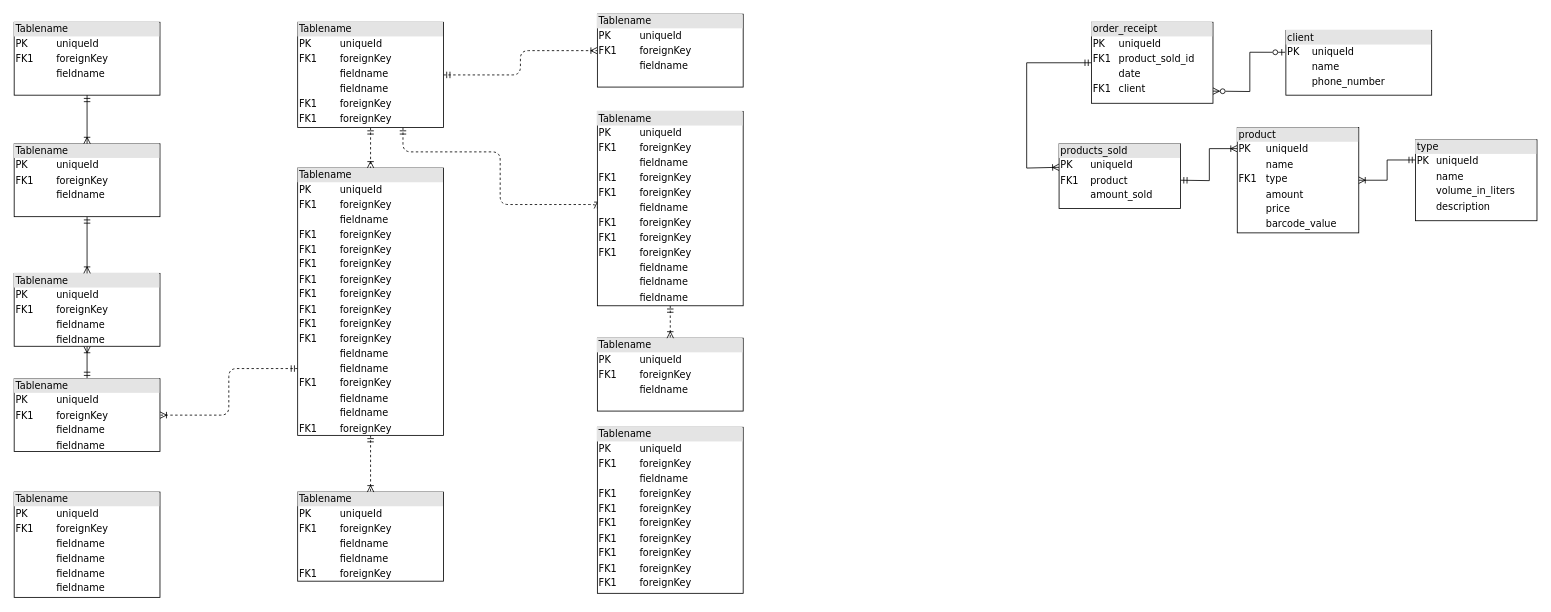
This is 1.2-RelationDBSchema/kurhan_rel.drawio from OP-NC-EduCentre/kurhan, a draw.io file, before an edit. Source tidied: cells renumbered, new cells numbered last; positions are measured from the earlier drawing's top-left corner, leaving out a move shared by most shapes. Both pictures are drawn from the tidied source at 81%, with x=0, y=0 at pixel (14, 14).
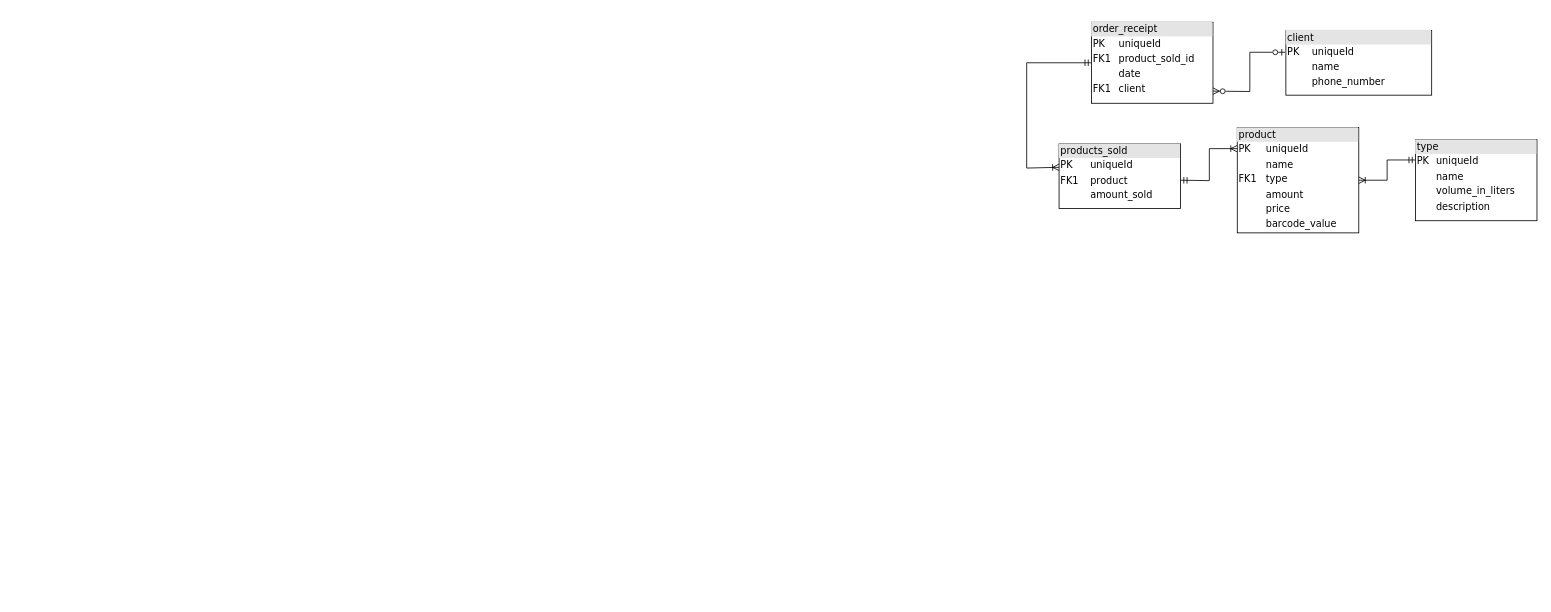
After the change.

What changed in the source:
```diff
@@
-    <mxCell id="2" value="&lt;div style=&quot;box-sizing:border-box;width:100%;background:#e4e4e4;padding:2px;&quot;&gt;Tablename&lt;/div&gt;&lt;table style=&quot;width:100%;font-size:1em;&quot; cellpadding=&quot;2&quot; cellspacing=&quot;0&quot;&gt;&lt;tr&gt;&lt;td&gt;PK&lt;/td&gt;&lt;td&gt;uniqueId&lt;/td&gt;&lt;/tr&gt;&lt;tr&gt;&lt;td&gt;FK1&lt;/td&gt;&lt;td&gt;foreignKey&lt;/td&gt;&lt;/tr&gt;&lt;tr&gt;&lt;td&gt;&lt;/td&gt;&lt;td&gt;fieldname&lt;/td&gt;&lt;/tr&gt;&lt;/table&gt;" style="verticalAlign=top;align=left;overflow=fill;html=1;rounded=0;shadow=0;comic=0;labelBackgroundColor=none;strokeWidth=1;fontFamily=Verdana;fontSize=12;" parent="1" vertex="1">
-      <mxGeometry y="10" width="180" height="90" as="geometry" />
-    </mxCell>
-    <mxCell id="3" style="edgeStyle=orthogonalEdgeStyle;html=1;entryX=0.5;entryY=0;dashed=1;labelBackgroundColor=none;startArrow=ERmandOne;endArrow=ERoneToMany;fontFamily=Verdana;fontSize=12;align=left;" parent="1" edge="1" source="6" target="16">
-      <mxGeometry relative="1" as="geometry" />
-    </mxCell>
-    <mxCell id="4" style="edgeStyle=orthogonalEdgeStyle;html=1;dashed=1;labelBackgroundColor=none;startArrow=ERmandOne;endArrow=ERoneToMany;fontFamily=Verdana;fontSize=12;align=left;entryX=0;entryY=0.5;" parent="1" edge="1" source="6" target="19">
-      <mxGeometry relative="1" as="geometry">
-        <Array as="points">
-          <mxPoint x="480" y="170" />
-          <mxPoint x="600" y="170" />
-          <mxPoint x="600" y="235" />
-        </Array>
-      </mxGeometry>
-    </mxCell>
-    <mxCell id="5" style="edgeStyle=orthogonalEdgeStyle;html=1;dashed=1;labelBackgroundColor=none;startArrow=ERmandOne;endArrow=ERoneToMany;fontFamily=Verdana;fontSize=12;align=left;" parent="1" edge="1" source="6" target="20">
-      <mxGeometry relative="1" as="geometry" />
-    </mxCell>
-    <mxCell id="6" value="&lt;div style=&quot;box-sizing: border-box ; width: 100% ; background: #e4e4e4 ; padding: 2px&quot;&gt;Tablename&lt;/div&gt;&lt;table style=&quot;width: 100% ; font-size: 1em&quot; cellpadding=&quot;2&quot; cellspacing=&quot;0&quot;&gt;&lt;tbody&gt;&lt;tr&gt;&lt;td&gt;PK&lt;/td&gt;&lt;td&gt;uniqueId&lt;/td&gt;&lt;/tr&gt;&lt;tr&gt;&lt;td&gt;FK1&lt;/td&gt;&lt;td&gt;foreignKey&lt;/td&gt;&lt;/tr&gt;&lt;tr&gt;&lt;td&gt;&lt;/td&gt;&lt;td&gt;fieldname&lt;/td&gt;&lt;/tr&gt;&lt;tr&gt;&lt;td&gt;&lt;br&gt;&lt;/td&gt;&lt;td&gt;fieldname&lt;br&gt;&lt;/td&gt;&lt;/tr&gt;&lt;tr&gt;&lt;td&gt;FK1&lt;br&gt;&lt;/td&gt;&lt;td&gt;foreignKey&lt;br&gt;&lt;/td&gt;&lt;/tr&gt;&lt;tr&gt;&lt;td&gt;FK1&lt;br&gt;&lt;/td&gt;&lt;td&gt;foreignKey&lt;br&gt;&lt;/td&gt;&lt;/tr&gt;&lt;/tbody&gt;&lt;/table&gt;" style="verticalAlign=top;align=left;overflow=fill;html=1;rounded=0;shadow=0;comic=0;labelBackgroundColor=none;strokeWidth=1;fontFamily=Verdana;fontSize=12;" parent="1" vertex="1">
-      <mxGeometry x="350" y="10" width="180" height="130" as="geometry" />
-    </mxCell>
-    <mxCell id="7" style="edgeStyle=orthogonalEdgeStyle;html=1;labelBackgroundColor=none;startArrow=ERmandOne;endArrow=ERoneToMany;fontFamily=Verdana;fontSize=12;align=left;" parent="1" edge="1" source="9" target="10">
-      <mxGeometry relative="1" as="geometry" />
-    </mxCell>
-    <mxCell id="8" style="edgeStyle=orthogonalEdgeStyle;html=1;exitX=0;exitY=0.75;entryX=1;entryY=0.5;dashed=1;labelBackgroundColor=none;startArrow=ERmandOne;endArrow=ERoneToMany;fontFamily=Verdana;fontSize=12;align=left;" parent="1" edge="1" source="16" target="9">
-      <mxGeometry relative="1" as="geometry" />
-    </mxCell>
-    <mxCell id="9" value="&lt;div style=&quot;box-sizing: border-box ; width: 100% ; background: #e4e4e4 ; padding: 2px&quot;&gt;Tablename&lt;/div&gt;&lt;table style=&quot;width: 100% ; font-size: 1em&quot; cellpadding=&quot;2&quot; cellspacing=&quot;0&quot;&gt;&lt;tbody&gt;&lt;tr&gt;&lt;td&gt;PK&lt;/td&gt;&lt;td&gt;uniqueId&lt;/td&gt;&lt;/tr&gt;&lt;tr&gt;&lt;td&gt;FK1&lt;/td&gt;&lt;td&gt;foreignKey&lt;/td&gt;&lt;/tr&gt;&lt;tr&gt;&lt;td&gt;&lt;/td&gt;&lt;td&gt;fieldname&lt;/td&gt;&lt;/tr&gt;&lt;tr&gt;&lt;td&gt;&lt;br&gt;&lt;/td&gt;&lt;td&gt;fieldname&lt;br&gt;&lt;/td&gt;&lt;/tr&gt;&lt;/tbody&gt;&lt;/table&gt;" style="verticalAlign=top;align=left;overflow=fill;html=1;rounded=0;shadow=0;comic=0;labelBackgroundColor=none;strokeWidth=1;fontFamily=Verdana;fontSize=12;" parent="1" vertex="1">
-      <mxGeometry y="450" width="180" height="90" as="geometry" />
-    </mxCell>
-    <mxCell id="10" value="&lt;div style=&quot;box-sizing: border-box ; width: 100% ; background: #e4e4e4 ; padding: 2px&quot;&gt;Tablename&lt;/div&gt;&lt;table style=&quot;width: 100% ; font-size: 1em&quot; cellpadding=&quot;2&quot; cellspacing=&quot;0&quot;&gt;&lt;tbody&gt;&lt;tr&gt;&lt;td&gt;PK&lt;/td&gt;&lt;td&gt;uniqueId&lt;/td&gt;&lt;/tr&gt;&lt;tr&gt;&lt;td&gt;FK1&lt;/td&gt;&lt;td&gt;foreignKey&lt;/td&gt;&lt;/tr&gt;&lt;tr&gt;&lt;td&gt;&lt;/td&gt;&lt;td&gt;fieldname&lt;/td&gt;&lt;/tr&gt;&lt;tr&gt;&lt;td&gt;&lt;br&gt;&lt;/td&gt;&lt;td&gt;fieldname&lt;br&gt;&lt;/td&gt;&lt;/tr&gt;&lt;/tbody&gt;&lt;/table&gt;" style="verticalAlign=top;align=left;overflow=fill;html=1;rounded=0;shadow=0;comic=0;labelBackgroundColor=none;strokeWidth=1;fontFamily=Verdana;fontSize=12;" parent="1" vertex="1">
-      <mxGeometry y="320" width="180" height="90" as="geometry" />
-    </mxCell>
-    <mxCell id="11" style="edgeStyle=orthogonalEdgeStyle;html=1;entryX=0.5;entryY=0;labelBackgroundColor=none;startArrow=ERmandOne;endArrow=ERoneToMany;fontFamily=Verdana;fontSize=12;align=left;" parent="1" edge="1" source="12" target="10">
-      <mxGeometry relative="1" as="geometry" />
-    </mxCell>
-    <mxCell id="12" value="&lt;div style=&quot;box-sizing:border-box;width:100%;background:#e4e4e4;padding:2px;&quot;&gt;Tablename&lt;/div&gt;&lt;table style=&quot;width:100%;font-size:1em;&quot; cellpadding=&quot;2&quot; cellspacing=&quot;0&quot;&gt;&lt;tr&gt;&lt;td&gt;PK&lt;/td&gt;&lt;td&gt;uniqueId&lt;/td&gt;&lt;/tr&gt;&lt;tr&gt;&lt;td&gt;FK1&lt;/td&gt;&lt;td&gt;foreignKey&lt;/td&gt;&lt;/tr&gt;&lt;tr&gt;&lt;td&gt;&lt;/td&gt;&lt;td&gt;fieldname&lt;/td&gt;&lt;/tr&gt;&lt;/table&gt;" style="verticalAlign=top;align=left;overflow=fill;html=1;rounded=0;shadow=0;comic=0;labelBackgroundColor=none;strokeWidth=1;fontFamily=Verdana;fontSize=12;" parent="1" vertex="1">
-      <mxGeometry y="160" width="180" height="90" as="geometry" />
-    </mxCell>
-    <mxCell id="13" value="&lt;div style=&quot;box-sizing: border-box ; width: 100% ; background: #e4e4e4 ; padding: 2px&quot;&gt;Tablename&lt;/div&gt;&lt;table style=&quot;width: 100% ; font-size: 1em&quot; cellpadding=&quot;2&quot; cellspacing=&quot;0&quot;&gt;&lt;tbody&gt;&lt;tr&gt;&lt;td&gt;PK&lt;/td&gt;&lt;td&gt;uniqueId&lt;/td&gt;&lt;/tr&gt;&lt;tr&gt;&lt;td&gt;FK1&lt;/td&gt;&lt;td&gt;foreignKey&lt;/td&gt;&lt;/tr&gt;&lt;tr&gt;&lt;td&gt;&lt;/td&gt;&lt;td&gt;fieldname&lt;/td&gt;&lt;/tr&gt;&lt;tr&gt;&lt;td&gt;FK1&lt;br&gt;&lt;/td&gt;&lt;td&gt;foreignKey&lt;br&gt;&lt;/td&gt;&lt;/tr&gt;&lt;tr&gt;&lt;td&gt;FK1&lt;br&gt;&lt;/td&gt;&lt;td&gt;foreignKey&lt;br&gt;&lt;/td&gt;&lt;/tr&gt;&lt;tr&gt;&lt;td&gt;FK1&lt;br&gt;&lt;/td&gt;&lt;td&gt;foreignKey&lt;br&gt;&lt;/td&gt;&lt;/tr&gt;&lt;tr&gt;&lt;td&gt;FK1&lt;br&gt;&lt;/td&gt;&lt;td&gt;foreignKey&lt;br&gt;&lt;/td&gt;&lt;/tr&gt;&lt;tr&gt;&lt;td&gt;FK1&lt;br&gt;&lt;/td&gt;&lt;td&gt;foreignKey&lt;br&gt;&lt;/td&gt;&lt;/tr&gt;&lt;tr&gt;&lt;td&gt;FK1&lt;br&gt;&lt;/td&gt;&lt;td&gt;foreignKey&lt;br&gt;&lt;/td&gt;&lt;/tr&gt;&lt;tr&gt;&lt;td&gt;FK1&lt;br&gt;&lt;/td&gt;&lt;td&gt;foreignKey&lt;br&gt;&lt;/td&gt;&lt;/tr&gt;&lt;/tbody&gt;&lt;/table&gt;" style="verticalAlign=top;align=left;overflow=fill;html=1;rounded=0;shadow=0;comic=0;labelBackgroundColor=none;strokeWidth=1;fontFamily=Verdana;fontSize=12;" parent="1" vertex="1">
-      <mxGeometry x="720" y="510" width="180" height="205" as="geometry" />
-    </mxCell>
-    <mxCell id="14" value="&lt;div style=&quot;box-sizing: border-box ; width: 100% ; background: #e4e4e4 ; padding: 2px&quot;&gt;Tablename&lt;/div&gt;&lt;table style=&quot;width: 100% ; font-size: 1em&quot; cellpadding=&quot;2&quot; cellspacing=&quot;0&quot;&gt;&lt;tbody&gt;&lt;tr&gt;&lt;td&gt;PK&lt;/td&gt;&lt;td&gt;uniqueId&lt;/td&gt;&lt;/tr&gt;&lt;tr&gt;&lt;td&gt;FK1&lt;/td&gt;&lt;td&gt;foreignKey&lt;/td&gt;&lt;/tr&gt;&lt;tr&gt;&lt;td&gt;&lt;/td&gt;&lt;td&gt;fieldname&lt;/td&gt;&lt;/tr&gt;&lt;tr&gt;&lt;td&gt;&lt;br&gt;&lt;/td&gt;&lt;td&gt;fieldname&lt;br&gt;&lt;/td&gt;&lt;/tr&gt;&lt;tr&gt;&lt;td&gt;FK1&lt;br&gt;&lt;/td&gt;&lt;td&gt;foreignKey&lt;br&gt;&lt;/td&gt;&lt;/tr&gt;&lt;/tbody&gt;&lt;/table&gt;" style="verticalAlign=top;align=left;overflow=fill;html=1;rounded=0;shadow=0;comic=0;labelBackgroundColor=none;strokeWidth=1;fontFamily=Verdana;fontSize=12;" parent="1" vertex="1">
-      <mxGeometry x="350" y="590" width="180" height="110" as="geometry" />
-    </mxCell>
-    <mxCell id="15" style="edgeStyle=orthogonalEdgeStyle;html=1;entryX=0.5;entryY=0;labelBackgroundColor=none;startArrow=ERmandOne;endArrow=ERoneToMany;fontFamily=Verdana;fontSize=12;align=left;dashed=1;" parent="1" edge="1" source="16" target="14">
-      <mxGeometry relative="1" as="geometry" />
-    </mxCell>
-    <mxCell id="16" value="&lt;div style=&quot;box-sizing: border-box ; width: 100% ; background: #e4e4e4 ; padding: 2px&quot;&gt;Tablename&lt;/div&gt;&lt;table style=&quot;width: 100% ; font-size: 1em&quot; cellpadding=&quot;2&quot; cellspacing=&quot;0&quot;&gt;&lt;tbody&gt;&lt;tr&gt;&lt;td&gt;PK&lt;/td&gt;&lt;td&gt;uniqueId&lt;/td&gt;&lt;/tr&gt;&lt;tr&gt;&lt;td&gt;FK1&lt;/td&gt;&lt;td&gt;foreignKey&lt;/td&gt;&lt;/tr&gt;&lt;tr&gt;&lt;td&gt;&lt;/td&gt;&lt;td&gt;fieldname&lt;/td&gt;&lt;/tr&gt;&lt;tr&gt;&lt;td&gt;FK1&lt;br&gt;&lt;/td&gt;&lt;td&gt;foreignKey&lt;br&gt;&lt;/td&gt;&lt;/tr&gt;&lt;tr&gt;&lt;td&gt;FK1&lt;br&gt;&lt;/td&gt;&lt;td&gt;foreignKey&lt;br&gt;&lt;/td&gt;&lt;/tr&gt;&lt;tr&gt;&lt;td&gt;FK1&lt;br&gt;&lt;/td&gt;&lt;td&gt;foreignKey&lt;br&gt;&lt;/td&gt;&lt;/tr&gt;&lt;tr&gt;&lt;td&gt;FK1&lt;br&gt;&lt;/td&gt;&lt;td&gt;foreignKey&lt;br&gt;&lt;/td&gt;&lt;/tr&gt;&lt;tr&gt;&lt;td&gt;FK1&lt;br&gt;&lt;/td&gt;&lt;td&gt;foreignKey&lt;br&gt;&lt;/td&gt;&lt;/tr&gt;&lt;tr&gt;&lt;td&gt;FK1&lt;br&gt;&lt;/td&gt;&lt;td&gt;foreignKey&lt;br&gt;&lt;/td&gt;&lt;/tr&gt;&lt;tr&gt;&lt;td&gt;FK1&lt;br&gt;&lt;/td&gt;&lt;td&gt;foreignKey&lt;br&gt;&lt;/td&gt;&lt;/tr&gt;&lt;tr&gt;&lt;td&gt;FK1&lt;br&gt;&lt;/td&gt;&lt;td&gt;foreignKey&lt;br&gt;&lt;/td&gt;&lt;/tr&gt;&lt;tr&gt;&lt;td&gt;&lt;br&gt;&lt;/td&gt;&lt;td&gt;fieldname&lt;br&gt;&lt;/td&gt;&lt;/tr&gt;&lt;tr&gt;&lt;td&gt;&lt;br&gt;&lt;/td&gt;&lt;td&gt;fieldname&lt;br&gt;&lt;/td&gt;&lt;/tr&gt;&lt;tr&gt;&lt;td&gt;FK1&lt;br&gt;&lt;/td&gt;&lt;td&gt;foreignKey&lt;br&gt;&lt;/td&gt;&lt;/tr&gt;&lt;tr&gt;&lt;td&gt;&lt;br&gt;&lt;/td&gt;&lt;td&gt;fieldname&lt;br&gt;&lt;/td&gt;&lt;/tr&gt;&lt;tr&gt;&lt;td&gt;&lt;br&gt;&lt;/td&gt;&lt;td&gt;fieldname&lt;br&gt;&lt;/td&gt;&lt;/tr&gt;&lt;tr&gt;&lt;td&gt;FK1&lt;br&gt;&lt;/td&gt;&lt;td&gt;foreignKey&lt;br&gt;&lt;/td&gt;&lt;/tr&gt;&lt;/tbody&gt;&lt;/table&gt;" style="verticalAlign=top;align=left;overflow=fill;html=1;rounded=0;shadow=0;comic=0;labelBackgroundColor=none;strokeWidth=1;fontFamily=Verdana;fontSize=12;" parent="1" vertex="1">
-      <mxGeometry x="350" y="190" width="180" height="330" as="geometry" />
-    </mxCell>
-    <mxCell id="17" value="&lt;div style=&quot;box-sizing:border-box;width:100%;background:#e4e4e4;padding:2px;&quot;&gt;Tablename&lt;/div&gt;&lt;table style=&quot;width:100%;font-size:1em;&quot; cellpadding=&quot;2&quot; cellspacing=&quot;0&quot;&gt;&lt;tr&gt;&lt;td&gt;PK&lt;/td&gt;&lt;td&gt;uniqueId&lt;/td&gt;&lt;/tr&gt;&lt;tr&gt;&lt;td&gt;FK1&lt;/td&gt;&lt;td&gt;foreignKey&lt;/td&gt;&lt;/tr&gt;&lt;tr&gt;&lt;td&gt;&lt;/td&gt;&lt;td&gt;fieldname&lt;/td&gt;&lt;/tr&gt;&lt;/table&gt;" style="verticalAlign=top;align=left;overflow=fill;html=1;rounded=0;shadow=0;comic=0;labelBackgroundColor=none;strokeWidth=1;fontFamily=Verdana;fontSize=12;" parent="1" vertex="1">
-      <mxGeometry x="720" y="400" width="180" height="90" as="geometry" />
-    </mxCell>
-    <mxCell id="18" style="edgeStyle=orthogonalEdgeStyle;html=1;entryX=0.5;entryY=0;dashed=1;labelBackgroundColor=none;startArrow=ERmandOne;endArrow=ERoneToMany;fontFamily=Verdana;fontSize=12;align=left;" parent="1" edge="1" source="19" target="17">
-      <mxGeometry relative="1" as="geometry" />
-    </mxCell>
-    <mxCell id="19" value="&lt;div style=&quot;box-sizing: border-box ; width: 100% ; background: #e4e4e4 ; padding: 2px&quot;&gt;Tablename&lt;/div&gt;&lt;table style=&quot;width: 100% ; font-size: 1em&quot; cellpadding=&quot;2&quot; cellspacing=&quot;0&quot;&gt;&lt;tbody&gt;&lt;tr&gt;&lt;td&gt;PK&lt;/td&gt;&lt;td&gt;uniqueId&lt;/td&gt;&lt;/tr&gt;&lt;tr&gt;&lt;td&gt;FK1&lt;/td&gt;&lt;td&gt;foreignKey&lt;/td&gt;&lt;/tr&gt;&lt;tr&gt;&lt;td&gt;&lt;/td&gt;&lt;td&gt;fieldname&lt;/td&gt;&lt;/tr&gt;&lt;tr&gt;&lt;td&gt;FK1&lt;br&gt;&lt;/td&gt;&lt;td&gt;foreignKey&lt;br&gt;&lt;/td&gt;&lt;/tr&gt;&lt;tr&gt;&lt;td&gt;FK1&lt;br&gt;&lt;/td&gt;&lt;td&gt;foreignKey&lt;br&gt;&lt;/td&gt;&lt;/tr&gt;&lt;tr&gt;&lt;td&gt;&lt;br&gt;&lt;/td&gt;&lt;td&gt;fieldname&lt;br&gt;&lt;/td&gt;&lt;/tr&gt;&lt;tr&gt;&lt;td&gt;FK1&lt;br&gt;&lt;/td&gt;&lt;td&gt;foreignKey&lt;br&gt;&lt;/td&gt;&lt;/tr&gt;&lt;tr&gt;&lt;td&gt;FK1&lt;br&gt;&lt;/td&gt;&lt;td&gt;foreignKey&lt;br&gt;&lt;/td&gt;&lt;/tr&gt;&lt;tr&gt;&lt;td&gt;FK1&lt;br&gt;&lt;/td&gt;&lt;td&gt;foreignKey&lt;br&gt;&lt;/td&gt;&lt;/tr&gt;&lt;tr&gt;&lt;td&gt;&lt;br&gt;&lt;/td&gt;&lt;td&gt;fieldname&lt;br&gt;&lt;/td&gt;&lt;/tr&gt;&lt;tr&gt;&lt;td&gt;&lt;br&gt;&lt;/td&gt;&lt;td&gt;fieldname&lt;br&gt;&lt;/td&gt;&lt;/tr&gt;&lt;tr&gt;&lt;td&gt;&lt;br&gt;&lt;/td&gt;&lt;td&gt;fieldname&lt;br&gt;&lt;/td&gt;&lt;/tr&gt;&lt;/tbody&gt;&lt;/table&gt;" style="verticalAlign=top;align=left;overflow=fill;html=1;rounded=0;shadow=0;comic=0;labelBackgroundColor=none;strokeWidth=1;fontFamily=Verdana;fontSize=12;" parent="1" vertex="1">
-      <mxGeometry x="720" y="120" width="180" height="240" as="geometry" />
-    </mxCell>
-    <mxCell id="20" value="&lt;div style=&quot;box-sizing:border-box;width:100%;background:#e4e4e4;padding:2px;&quot;&gt;Tablename&lt;/div&gt;&lt;table style=&quot;width:100%;font-size:1em;&quot; cellpadding=&quot;2&quot; cellspacing=&quot;0&quot;&gt;&lt;tr&gt;&lt;td&gt;PK&lt;/td&gt;&lt;td&gt;uniqueId&lt;/td&gt;&lt;/tr&gt;&lt;tr&gt;&lt;td&gt;FK1&lt;/td&gt;&lt;td&gt;foreignKey&lt;/td&gt;&lt;/tr&gt;&lt;tr&gt;&lt;td&gt;&lt;/td&gt;&lt;td&gt;fieldname&lt;/td&gt;&lt;/tr&gt;&lt;/table&gt;" style="verticalAlign=top;align=left;overflow=fill;html=1;rounded=0;shadow=0;comic=0;labelBackgroundColor=none;strokeWidth=1;fontFamily=Verdana;fontSize=12;" parent="1" vertex="1">
-      <mxGeometry x="720" width="180" height="90" as="geometry" />
-    </mxCell>
-    <mxCell id="21" value="&lt;div style=&quot;box-sizing: border-box ; width: 100% ; background: #e4e4e4 ; padding: 2px&quot;&gt;Tablename&lt;/div&gt;&lt;table style=&quot;width: 100% ; font-size: 1em&quot; cellpadding=&quot;2&quot; cellspacing=&quot;0&quot;&gt;&lt;tbody&gt;&lt;tr&gt;&lt;td&gt;PK&lt;/td&gt;&lt;td&gt;uniqueId&lt;/td&gt;&lt;/tr&gt;&lt;tr&gt;&lt;td&gt;FK1&lt;/td&gt;&lt;td&gt;foreignKey&lt;/td&gt;&lt;/tr&gt;&lt;tr&gt;&lt;td&gt;&lt;/td&gt;&lt;td&gt;fieldname&lt;/td&gt;&lt;/tr&gt;&lt;tr&gt;&lt;td&gt;&lt;br&gt;&lt;/td&gt;&lt;td&gt;fieldname&lt;br&gt;&lt;/td&gt;&lt;/tr&gt;&lt;tr&gt;&lt;td&gt;&lt;br&gt;&lt;/td&gt;&lt;td&gt;fieldname&lt;br&gt;&lt;/td&gt;&lt;/tr&gt;&lt;tr&gt;&lt;td&gt;&lt;br&gt;&lt;/td&gt;&lt;td&gt;fieldname&lt;br&gt;&lt;/td&gt;&lt;/tr&gt;&lt;/tbody&gt;&lt;/table&gt;" style="verticalAlign=top;align=left;overflow=fill;html=1;rounded=0;shadow=0;comic=0;labelBackgroundColor=none;strokeWidth=1;fontFamily=Verdana;fontSize=12;" parent="1" vertex="1">
-      <mxGeometry y="590" width="180" height="130" as="geometry" />
-    </mxCell>
-    <mxCell id="22" style="edgeStyle=orthogonalEdgeStyle;html=1;endArrow=ERoneToMany;startArrow=ERmandOne;labelBackgroundColor=none;fontFamily=Verdana;fontSize=12;align=left;exitX=0.5;exitY=1;entryX=0.5;entryY=0;" parent="1" edge="1" source="2" target="12">
-      <mxGeometry relative="1" as="geometry" />
-    </mxCell>
```
